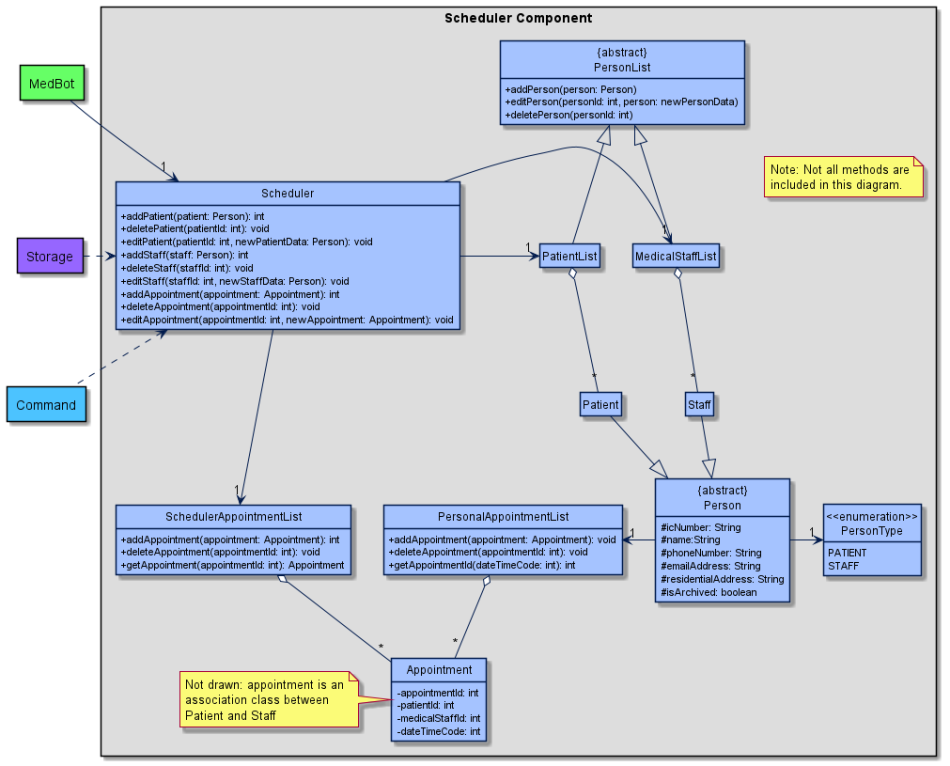
This is docs/diagrams/SchedulerClassDiagram.png from nus-cs2113-AY2122S1/tp, a PlantUML export, as it was before one commit. Its source is kept beside it as docs/diagrams/pumlfiles/SchedulerClassDiagram.puml.
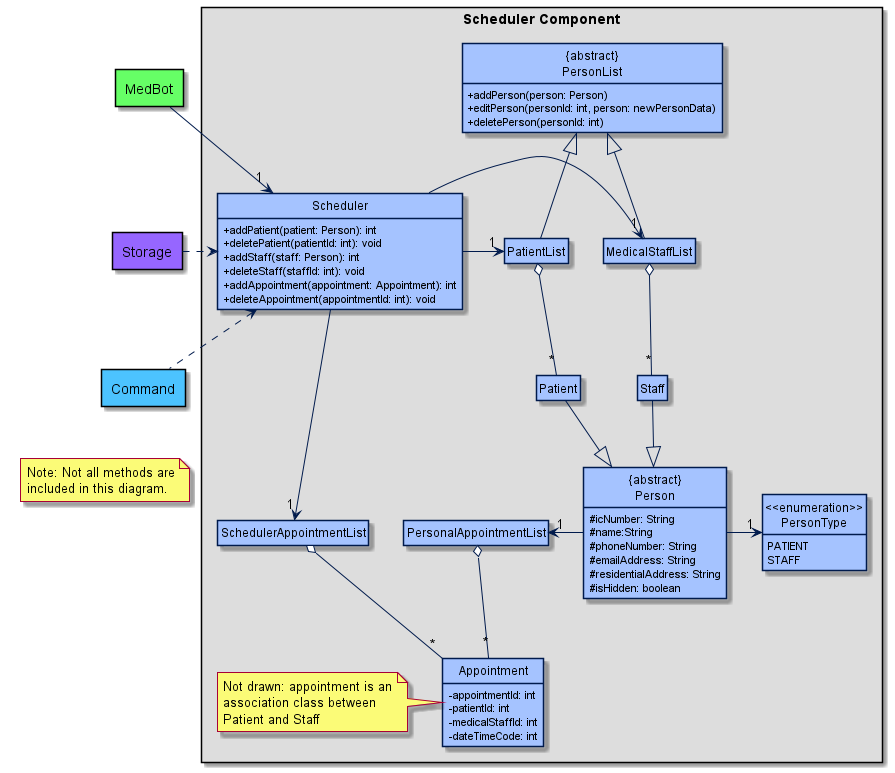
After the change.

Commit message:
Update sequence diagrams

The edit, as a diff of the source:
```diff
@@ -44,13 +44,10 @@
 class Scheduler {
     +addPatient(patient: Person): int
     +deletePatient(patientId: int): void
-    +editPatient(patientId: int, newPatientData: Person): void
     +addStaff(staff: Person): int
     +deleteStaff(staffId: int): void
-    +editStaff(staffId: int, newStaffData: Person): void
     +addAppointment(appointment: Appointment): int
     +deleteAppointment(appointmentId: int): void
-    +editAppointment(appointmentId: int, newAppointment: Appointment): void
 }
 
 class PersonList {
@@ -65,7 +62,7 @@
     #phoneNumber: String
     #emailAddress: String
     #residentialAddress: String
-    #isArchived: boolean
+    #isHidden: boolean
 }
 
 enum PersonType {
@@ -74,15 +71,9 @@
 }
 
 class PersonalAppointmentList {
-    +addAppointment(appointment: Appointment): void
-    +deleteAppointment(appointmentId: int): void
-    +getAppointmentId(dateTimeCode: int): int
 }
 
 class SchedulerAppointmentList {
-    +addAppointment(appointment: Appointment): int
-    +deleteAppointment(appointmentId: int): void
-    +getAppointment(appointmentId: int): Appointment
 }
 
 class Appointment {
```
